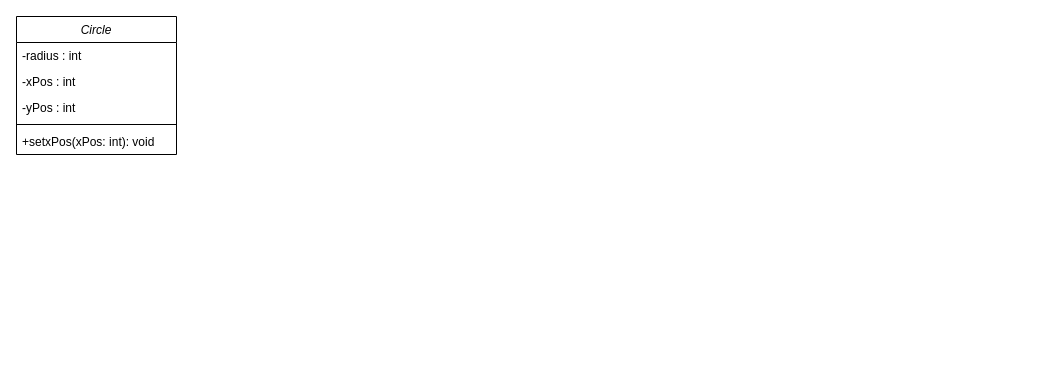
Before: Untitled Diagram.drawio in Murat567565/projectIKBO1919, a draw.io diagram. Source tidied: cells renumbered, new cells numbered last; positions are measured from the earlier drawing's top-left corner, leaving out a move shared by most shapes. Both pictures are drawn from the tidied source at 100%, with x=0, y=0 at pixel (16, 16).
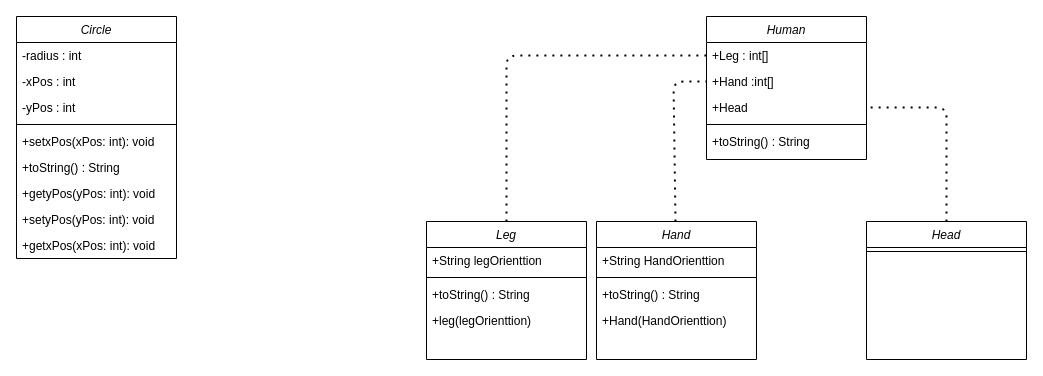
The same page after the edit.

Change to the diagram source:
```diff
@@
+    <mxCell id="8" style="endArrow=none;dashed=1;html=1;dashPattern=1 3;strokeWidth=2;exitX=0.5;exitY=0;exitDx=0;exitDy=0;entryX=0;entryY=0.5;entryDx=0;entryDy=0;" parent="1" edge="1" source="17" target="12">
+      <mxGeometry relative="1" as="geometry">
+        <Array as="points">
+          <mxPoint x="490" y="39" />
+        </Array>
+      </mxGeometry>
+    </mxCell>
+    <mxCell id="9" style="endArrow=none;dashed=1;html=1;dashPattern=1 3;strokeWidth=2;entryX=0;entryY=0.5;entryDx=0;entryDy=0;" parent="1" edge="1" source="22" target="13">
+      <mxGeometry relative="1" as="geometry">
+        <Array as="points">
+          <mxPoint x="657" y="65" />
+        </Array>
+      </mxGeometry>
+    </mxCell>
+    <mxCell id="10" style="endArrow=none;dashed=1;html=1;dashPattern=1 3;strokeWidth=2;exitX=0.5;exitY=0;exitDx=0;exitDy=0;entryX=1;entryY=0.5;entryDx=0;entryDy=0;" parent="1" edge="1" source="27" target="14">
+      <mxGeometry relative="1" as="geometry">
+        <Array as="points">
+          <mxPoint x="930" y="91" />
+        </Array>
+      </mxGeometry>
+    </mxCell>
+    <mxCell id="11" value="Human" style="swimlane;fontStyle=2;align=center;verticalAlign=top;horizontal=1;startSize=26;rounded=0;shadow=0;strokeWidth=1;" parent="1" vertex="1">
+      <mxGeometry x="690" width="160" height="143" as="geometry" />
+    </mxCell>
+    <mxCell id="12" value="+Leg : int[]&#10;" style="text;align=left;verticalAlign=top;spacingLeft=4;spacingRight=4;overflow=hidden;points=[[0,0.5],[1,0.5]];portConstraint=eastwest;" parent="11" vertex="1">
+      <mxGeometry y="26" width="160" height="26" as="geometry" />
+    </mxCell>
+    <mxCell id="13" value="+Hand :int[]" style="text;align=left;verticalAlign=top;spacingLeft=4;spacingRight=4;overflow=hidden;points=[[0,0.5],[1,0.5]];portConstraint=eastwest;" parent="11" vertex="1">
+      <mxGeometry y="52" width="160" height="26" as="geometry" />
+    </mxCell>
+    <mxCell id="14" value="+Head " style="text;align=left;verticalAlign=top;spacingLeft=4;spacingRight=4;overflow=hidden;points=[[0,0.5],[1,0.5]];portConstraint=eastwest;" parent="11" vertex="1">
+      <mxGeometry y="78" width="160" height="26" as="geometry" />
+    </mxCell>
+    <mxCell id="15" style="line;html=1;strokeWidth=1;align=left;verticalAlign=middle;spacingTop=-1;spacingLeft=3;spacingRight=3;labelPosition=right;" parent="11" vertex="1">
+      <mxGeometry y="104" width="160" height="8" as="geometry" />
+    </mxCell>
+    <mxCell id="16" value="+toString() : String" style="text;align=left;verticalAlign=top;spacingLeft=4;spacingRight=4;overflow=hidden;" parent="11" vertex="1">
+      <mxGeometry y="112" width="160" height="26" as="geometry" />
+    </mxCell>
+    <mxCell id="17" value="Leg" style="swimlane;fontStyle=2;align=center;verticalAlign=top;horizontal=1;startSize=26;rounded=0;shadow=0;strokeWidth=1;" parent="1" vertex="1">
+      <mxGeometry x="410" y="205" width="160" height="138" as="geometry" />
+    </mxCell>
+    <mxCell id="18" value="+String legOrienttion" style="text;align=left;verticalAlign=top;spacingLeft=4;spacingRight=4;overflow=hidden;" parent="17" vertex="1">
+      <mxGeometry y="26" width="160" height="26" as="geometry" />
+    </mxCell>
+    <mxCell id="19" style="line;html=1;strokeWidth=1;align=left;verticalAlign=middle;spacingTop=-1;spacingLeft=3;spacingRight=3;labelPosition=right;" parent="17" vertex="1">
+      <mxGeometry y="52" width="160" height="8" as="geometry" />
+    </mxCell>
+    <mxCell id="20" value="+toString() : String" style="text;align=left;verticalAlign=top;spacingLeft=4;spacingRight=4;overflow=hidden;" parent="17" vertex="1">
+      <mxGeometry y="60" width="160" height="26" as="geometry" />
+    </mxCell>
+    <mxCell id="21" value="+leg(legOrienttion) " style="text;align=left;verticalAlign=top;spacingLeft=4;spacingRight=4;overflow=hidden;" parent="17" vertex="1">
+      <mxGeometry y="86" width="160" height="26" as="geometry" />
+    </mxCell>
+    <mxCell id="22" value="Hand" style="swimlane;fontStyle=2;align=center;verticalAlign=top;horizontal=1;startSize=26;rounded=0;shadow=0;strokeWidth=1;" parent="1" vertex="1">
+      <mxGeometry x="580" y="205" width="160" height="138" as="geometry" />
+    </mxCell>
+    <mxCell id="23" value="+String HandOrienttion" style="text;align=left;verticalAlign=top;spacingLeft=4;spacingRight=4;overflow=hidden;" parent="22" vertex="1">
+      <mxGeometry y="26" width="160" height="26" as="geometry" />
+    </mxCell>
+    <mxCell id="24" style="line;html=1;strokeWidth=1;align=left;verticalAlign=middle;spacingTop=-1;spacingLeft=3;spacingRight=3;labelPosition=right;" parent="22" vertex="1">
+      <mxGeometry y="52" width="160" height="8" as="geometry" />
+    </mxCell>
+    <mxCell id="25" value="+toString() : String" style="text;align=left;verticalAlign=top;spacingLeft=4;spacingRight=4;overflow=hidden;" parent="22" vertex="1">
+      <mxGeometry y="60" width="160" height="26" as="geometry" />
+    </mxCell>
+    <mxCell id="26" value="+Hand(HandOrienttion) " style="text;align=left;verticalAlign=top;spacingLeft=4;spacingRight=4;overflow=hidden;" parent="22" vertex="1">
+      <mxGeometry y="86" width="160" height="26" as="geometry" />
+    </mxCell>
+    <mxCell id="27" value="Head" style="swimlane;fontStyle=2;align=center;verticalAlign=top;horizontal=1;startSize=26;rounded=0;shadow=0;strokeWidth=1;" parent="1" vertex="1">
+      <mxGeometry x="850" y="205" width="160" height="138" as="geometry" />
+    </mxCell>
+    <mxCell id="28" style="line;html=1;strokeWidth=1;align=left;verticalAlign=middle;spacingTop=-1;spacingLeft=3;spacingRight=3;labelPosition=right;" parent="27" vertex="1">
+      <mxGeometry y="26" width="160" height="8" as="geometry" />
+    </mxCell>
     <mxCell id="2" value="Circle" style="swimlane;fontStyle=2;align=center;verticalAlign=top;horizontal=1;startSize=26;rounded=0;shadow=0;strokeWidth=1;" parent="1" vertex="1">
-      <mxGeometry width="160" height="138" as="geometry" />
+      <mxGeometry width="160" height="242" as="geometry" />
     </mxCell>
@@
+    <mxCell id="29" value="+toString() : String" style="text;align=left;verticalAlign=top;spacingLeft=4;spacingRight=4;overflow=hidden;" parent="2" vertex="1">
+      <mxGeometry y="138" width="160" height="26" as="geometry" />
+    </mxCell>
+    <mxCell id="30" value="+getyPos(yPos: int): void  " style="text;align=left;verticalAlign=top;spacingLeft=4;spacingRight=4;overflow=hidden;" parent="2" vertex="1">
+      <mxGeometry y="164" width="160" height="26" as="geometry" />
+    </mxCell>
+    <mxCell id="31" value="+setyPos(yPos: int): void  " style="text;align=left;verticalAlign=top;spacingLeft=4;spacingRight=4;overflow=hidden;" parent="2" vertex="1">
+      <mxGeometry y="190" width="160" height="26" as="geometry" />
+    </mxCell>
+    <mxCell id="32" value="+getxPos(xPos: int): void  " style="text;align=left;verticalAlign=top;spacingLeft=4;spacingRight=4;overflow=hidden;" parent="2" vertex="1">
+      <mxGeometry y="216" width="160" height="26" as="geometry" />
+    </mxCell>
```
